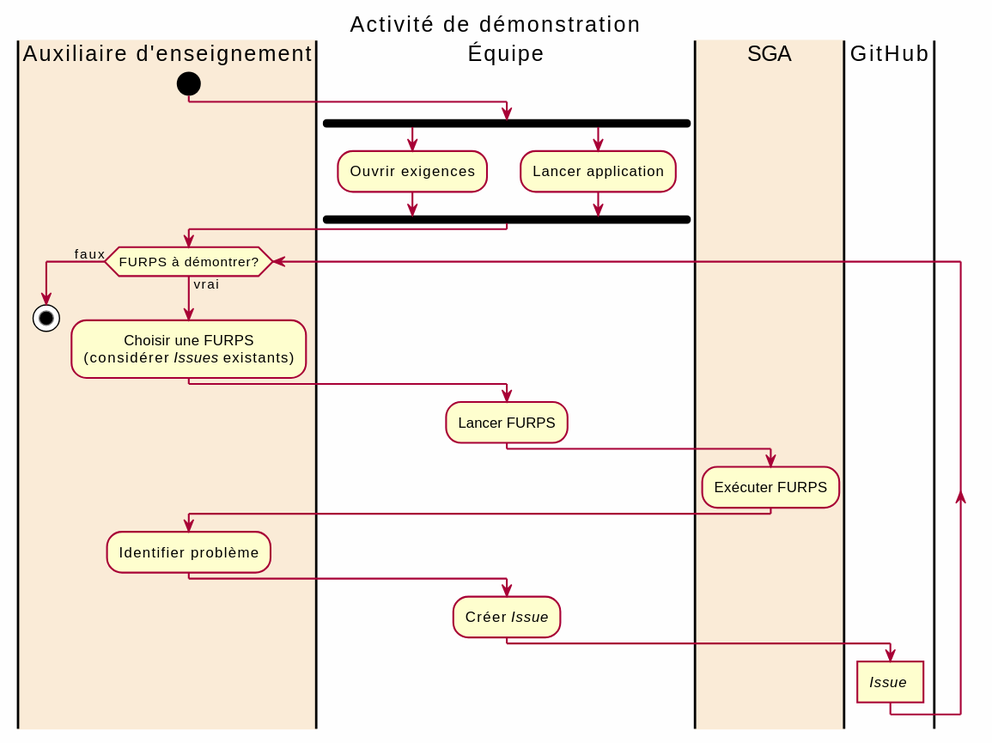
profcfuhrmanets/log210-enonce-lab1 keeps this PlantUML diagram as README/activite-demonstration.svg. Above is the earlier version.
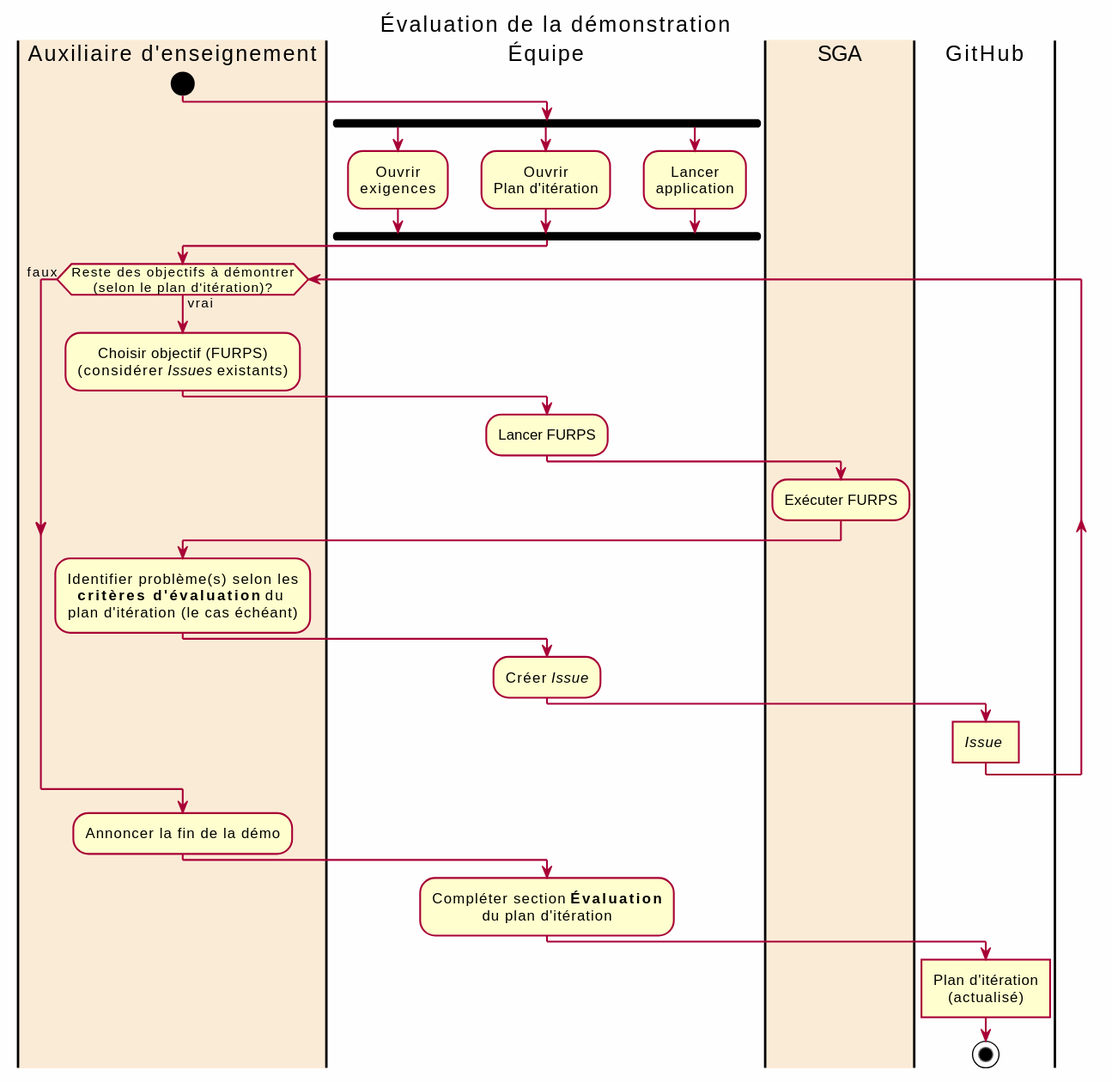
Later version of the same file.

Commit message:
Intégrer plans d'itération dans processus

What changed in the source:
```diff
@@ -1,5 +1,5 @@
 @startuml
-title Activité de démonstration
+title Évaluation de la démonstration
 skinparam style strictuml
 skinparam DefaultTextAlignment center
 skinparam BackgroundColor #fefefe
@@ -7,25 +7,39 @@
 start
 |Équipe|
 fork
-:Ouvrir exigences;
+:Ouvrir
+exigences;
 fork again
-:Lancer application;
+:Ouvrir
+Plan d'itération;
+fork again
+:Lancer
+application;
 end fork
 |Auxiliaire d'enseignement|
-while (FURPS à démontrer?) is (vrai)
-:Choisir une FURPS
+while (Reste des objectifs à démontrer\n(selon le plan d'itération)?) is (vrai)
+:Choisir objectif (FURPS)
 (considérer //Issues// existants);
 |Équipe|
 :Lancer FURPS;
 |#AntiqueWhite|SGA|
 :Exécuter FURPS;
 |Auxiliaire d'enseignement|
-:Identifier problème;
+:Identifier problème(s) selon les
+**critères d'évaluation** du
+plan d'itération (le cas échéant);
 |Équipe|
 :Créer //Issue//;
 |GitHub|
 ://Issue// ]
 endwhile (faux)
 |Auxiliaire d'enseignement|
+:Annoncer la fin de la démo;
+|Équipe|
+:Compléter section **Évaluation**
+du plan d'itération;
+|GitHub|
+:Plan d'itération
+(actualisé)]
 stop
 @enduml
```
